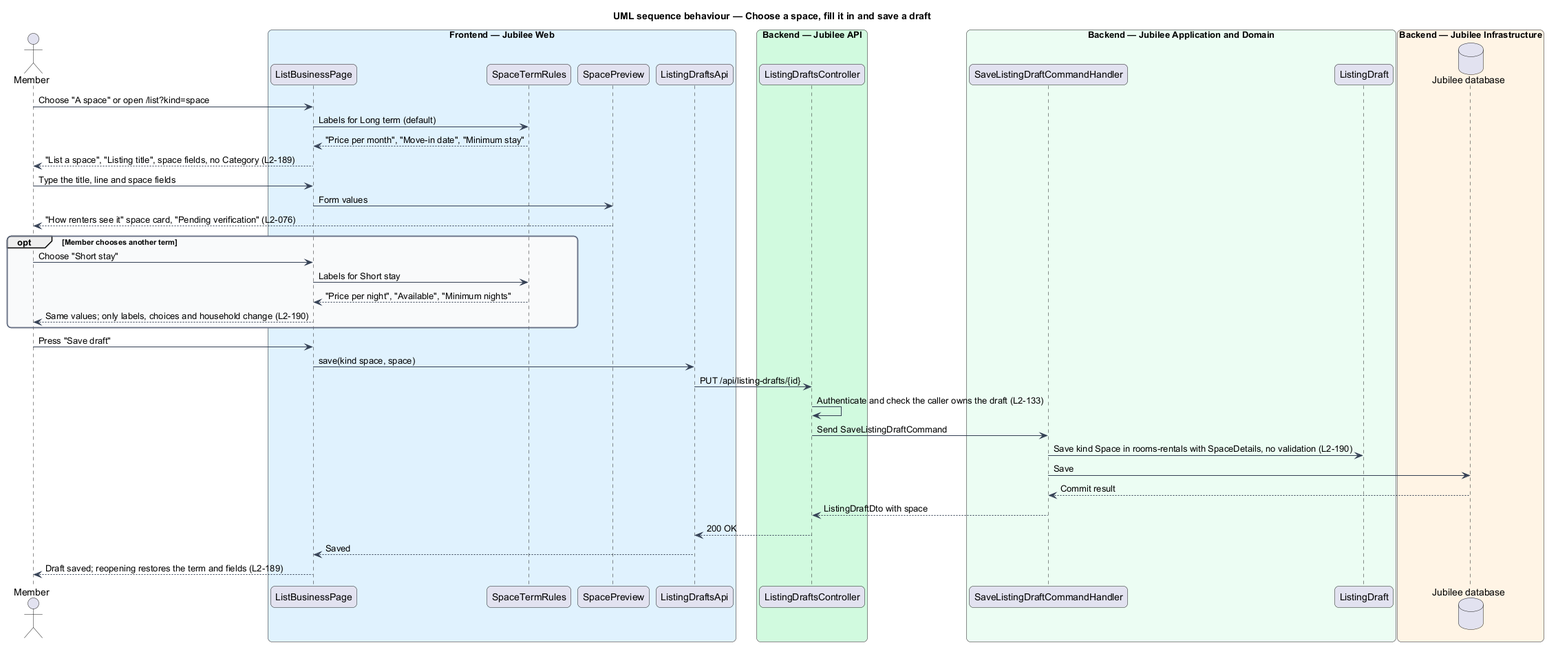
Above: docs/detailed-designs/onboarding/describe-space/diagrams/sequence-describe-space.png in QuinntyneBrown/jubilee (PlantUML), before the change. Its diagram source:
```plantuml
@startuml
title UML sequence behaviour — Choose a space, fill it in and save a draft
skinparam backgroundColor #FFFFFF
skinparam shadowing false
skinparam roundcorner 12
skinparam defaultFontName Arial
skinparam ArrowColor #344054
skinparam rectangle {
  BorderColor #344054
  FontColor #101828
}
skinparam package {
  BorderColor #667085
  FontColor #101828
  BackgroundColor #F9FAFB
}
actor "Member" as actor
box "Frontend — Jubilee Web" #E0F2FE
  participant "ListBusinessPage" as page
  participant "SpaceTermRules" as rules
  participant "SpacePreview" as preview
  participant "ListingDraftsApi" as client
end box
box "Backend — Jubilee API" #D1FADF
  participant "ListingDraftsController" as controller
end box
box "Backend — Jubilee Application and Domain" #ECFDF3
  participant "SaveListingDraftCommandHandler" as handler
  participant "ListingDraft" as draft
end box
box "Backend — Jubilee Infrastructure" #FFF4E5
  database "Jubilee database" as db
end box
actor -> page : Choose "A space" or open /list?kind=space
page -> rules : Labels for Long term (default)
rules --> page : "Price per month", "Move-in date", "Minimum stay"
page --> actor : "List a space", "Listing title", space fields, no Category (L2-189)
actor -> page : Type the title, line and space fields
page -> preview : Form values
preview --> actor : "How renters see it" space card, "Pending verification" (L2-076)
opt Member chooses another term
  actor -> page : Choose "Short stay"
  page -> rules : Labels for Short stay
  rules --> page : "Price per night", "Available", "Minimum nights"
  page --> actor : Same values; only labels, choices and household change (L2-190)
end
actor -> page : Press "Save draft"
page -> client : save(kind space, space)
client -> controller : PUT /api/listing-drafts/{id}
controller -> controller : Authenticate and check the caller owns the draft (L2-133)
controller -> handler : Send SaveListingDraftCommand
handler -> draft : Save kind Space in rooms-rentals with SpaceDetails, no validation (L2-190)
handler -> db : Save
db --> handler : Commit result
handler --> controller : ListingDraftDto with space
controller --> client : 200 OK
client --> page : Saved
page --> actor : Draft saved; reopening restores the term and fields (L2-189)
@enduml
```
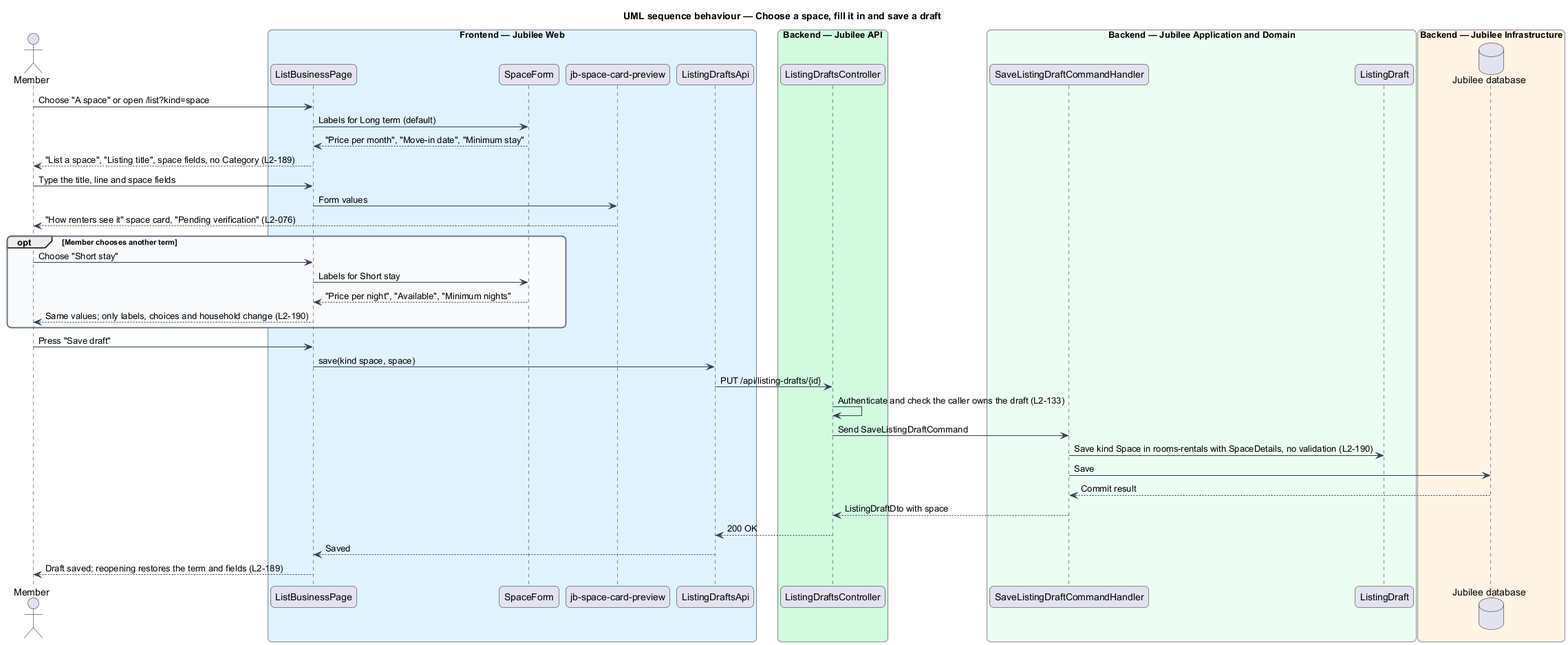
Later version of the same file.

Diff of the diagram source:
```diff
@@ -17,8 +17,8 @@
 actor "Member" as actor
 box "Frontend — Jubilee Web" #E0F2FE
   participant "ListBusinessPage" as page
-  participant "SpaceTermRules" as rules
-  participant "SpacePreview" as preview
+  participant "SpaceForm" as rules
+  participant "jb-space-card-preview" as preview
   participant "ListingDraftsApi" as client
 end box
 box "Backend — Jubilee API" #D1FADF
```
